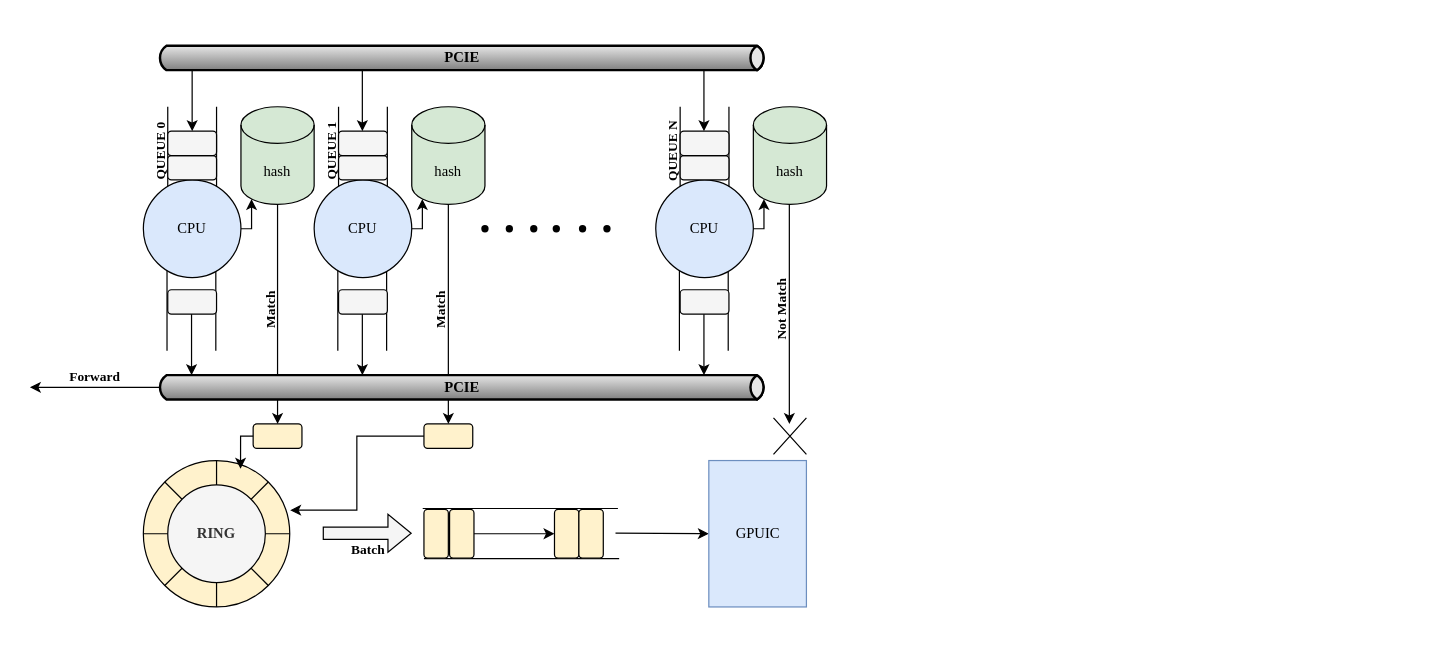
This is DPU_flowID.drawio from CHRIS123540/GPU, a draw.io file, before an edit. Source tidied: cells renumbered, new cells numbered last; positions are measured from the earlier drawing's top-left corner, leaving out a move shared by most shapes. Both pictures are drawn from the tidied source at 122%, with x=0, y=0 at pixel (29, 21).
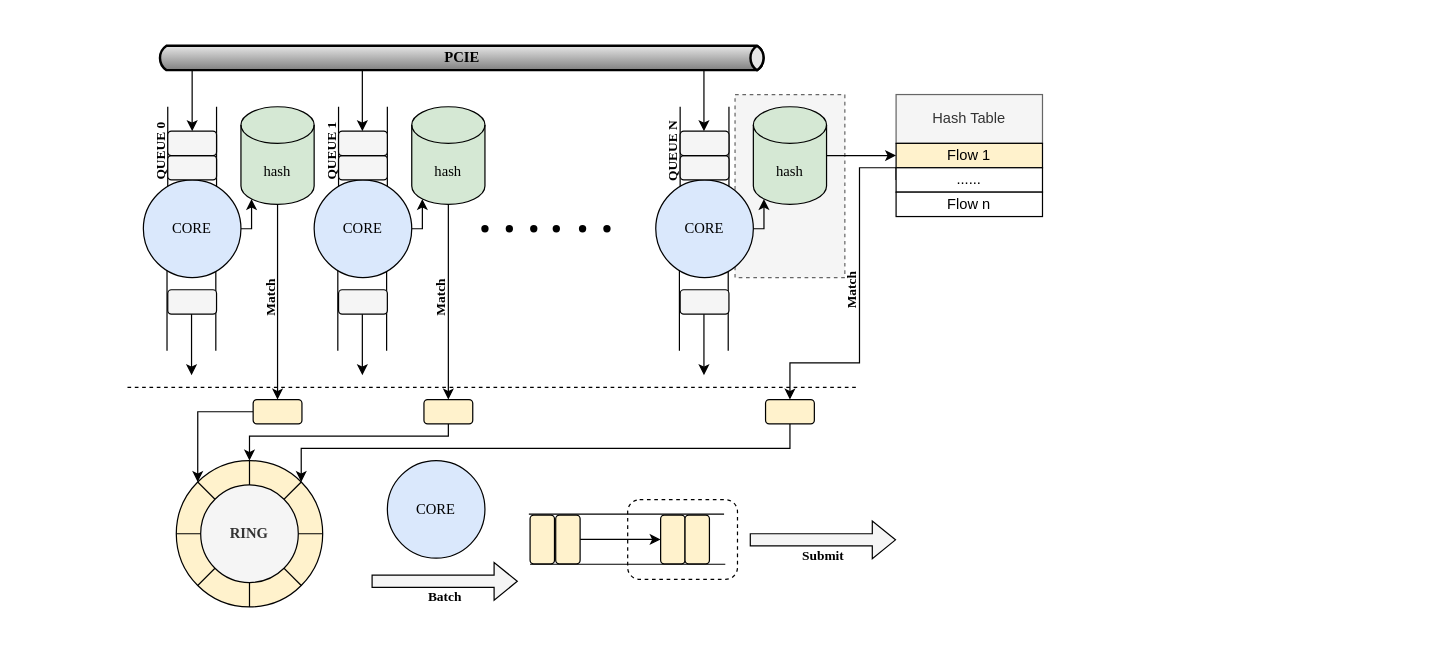
Above is the later version.

Unchanged cells that the change refers to:
```xml
<mxCell id="32" value="hash" style="shape=cylinder3;whiteSpace=wrap;html=1;boundedLbl=1;backgroundOutline=1;size=15;fillColor=#d5e8d4;strokeColor=#000000;labelBackgroundColor=none;fontFamily=Times New Roman;" parent="2" vertex="1">
  <mxGeometry x="553" y="70" width="60" height="80" as="geometry" />
</mxCell>
```

Change to the diagram source:
```diff
@@
     <mxCell id="2" style="group;fontFamily=Times New Roman;" parent="1" vertex="1">
-      <mxGeometry x="40" width="720" height="500" as="geometry" />
+      <mxGeometry x="40" width="1093" height="500" as="geometry" />
     </mxCell>
+    <mxCell id="74" style="edgeStyle=orthogonalEdgeStyle;rounded=0;jettySize=auto;html=1;exitX=1;exitY=0.5;exitDx=0;exitDy=0;" parent="2" edge="1" source="75">
+      <mxGeometry relative="1" as="geometry">
+        <mxPoint x="540" y="425" as="targetPoint" />
+      </mxGeometry>
+    </mxCell>
+    <mxCell id="75" style="rounded=1;whiteSpace=wrap;html=1;dashed=1;" parent="2" vertex="1">
+      <mxGeometry x="450" y="392.1" width="90" height="65.3" as="geometry" />
+    </mxCell>
+    <mxCell id="76" style="rounded=0;whiteSpace=wrap;html=1;fillColor=#f5f5f5;strokeColor=#666666;fontColor=#333333;dashed=1;" parent="2" vertex="1">
+      <mxGeometry x="538" y="60" width="90" height="150" as="geometry" />
+    </mxCell>
@@
-    <mxCell id="9" value="CPU" style="ellipse;whiteSpace=wrap;html=1;fillColor=#dae8fc;strokeColor=#000000;labelBackgroundColor=none;fontFamily=Times New Roman;" parent="2" vertex="1">
+    <mxCell id="9" value="CORE" style="ellipse;whiteSpace=wrap;html=1;fillColor=#dae8fc;strokeColor=#000000;labelBackgroundColor=none;fontFamily=Times New Roman;" parent="2" vertex="1">
       <mxGeometry x="53" y="130" width="80" height="80" as="geometry" />
     </mxCell>
@@
     <mxCell id="14" style="ellipse;whiteSpace=wrap;html=1;fillColor=#fff2cc;strokeColor=default;labelBackgroundColor=none;fontFamily=Times New Roman;" parent="2" vertex="1">
-      <mxGeometry x="53" y="360" width="120" height="120" as="geometry" />
+      <mxGeometry x="80" y="360" width="120" height="120" as="geometry" />
     </mxCell>
@@
     <mxCell id="19" value="RING" style="ellipse;whiteSpace=wrap;html=1;fillColor=#f5f5f5;fontColor=#333333;strokeColor=default;labelBackgroundColor=none;fontStyle=1;fontFamily=Times New Roman;" parent="2" vertex="1">
-      <mxGeometry x="73" y="380" width="80" height="80" as="geometry" />
+      <mxGeometry x="100" y="380" width="80" height="80" as="geometry" />
     </mxCell>
+    <mxCell id="57" style="edgeStyle=orthogonalEdgeStyle;rounded=0;jettySize=auto;html=1;exitX=0;exitY=0.5;exitDx=0;exitDy=0;entryX=0;entryY=0;entryDx=0;entryDy=0;" parent="2" edge="1" source="20" target="14">
+      <mxGeometry relative="1" as="geometry" />
+    </mxCell>
     <mxCell id="20" style="rounded=1;whiteSpace=wrap;html=1;fillColor=#fff2cc;strokeColor=default;labelBackgroundColor=none;verticalAlign=top;labelPosition=center;verticalLabelPosition=bottom;align=center;fontFamily=Times New Roman;" parent="2" vertex="1">
-      <mxGeometry x="143" y="330" width="40" height="20" as="geometry" />
+      <mxGeometry x="143" y="310" width="40" height="20" as="geometry" />
     </mxCell>
-    <mxCell id="21" style="edgeStyle=orthogonalEdgeStyle;rounded=0;jettySize=auto;html=1;exitX=0.5;exitY=1;exitDx=0;exitDy=0;exitPerimeter=0;labelBackgroundColor=none;fontFamily=Times New Roman;" parent="2" edge="1" source="56">
+    <mxCell id="21" style="edgeStyle=orthogonalEdgeStyle;rounded=0;orthogonalLoop=1;jettySize=auto;html=1;exitX=0.5;exitY=1;exitDx=0;exitDy=0;exitPerimeter=0;labelBackgroundColor=none;fontFamily=Times New Roman;" parent="2" edge="1">
       <mxGeometry relative="1" as="geometry">
-        <mxPoint x="303" y="350" as="targetPoint" />
+        <mxPoint x="450" y="359.7" as="sourcePoint" />
+        <mxPoint x="450" y="359.7" as="targetPoint" />
       </mxGeometry>
     </mxCell>
@@
-    <mxCell id="27" value="CPU" style="ellipse;whiteSpace=wrap;html=1;fillColor=#dae8fc;strokeColor=#000000;labelBackgroundColor=none;fontFamily=Times New Roman;" parent="2" vertex="1">
+    <mxCell id="27" value="CORE" style="ellipse;whiteSpace=wrap;html=1;fillColor=#dae8fc;strokeColor=#000000;labelBackgroundColor=none;fontFamily=Times New Roman;" parent="2" vertex="1">
       <mxGeometry x="193" y="130" width="80" height="80" as="geometry" />
     </mxCell>
@@
+    <mxCell id="77" style="edgeStyle=orthogonalEdgeStyle;rounded=0;jettySize=auto;html=1;exitX=1;exitY=0.5;exitDx=0;exitDy=0;exitPerimeter=0;entryX=0;entryY=0.5;entryDx=0;entryDy=0;" parent="2" edge="1" source="32" target="79">
+      <mxGeometry relative="1" as="geometry" />
+    </mxCell>
@@
-    <mxCell id="37" value="CPU" style="ellipse;whiteSpace=wrap;html=1;fillColor=#dae8fc;strokeColor=#000000;labelBackgroundColor=none;fontFamily=Times New Roman;" parent="2" vertex="1">
+    <mxCell id="37" value="CORE" style="ellipse;whiteSpace=wrap;html=1;fillColor=#dae8fc;strokeColor=#000000;labelBackgroundColor=none;fontFamily=Times New Roman;" parent="2" vertex="1">
       <mxGeometry x="473" y="130" width="80" height="80" as="geometry" />
     </mxCell>
@@
+    <mxCell id="58" style="edgeStyle=orthogonalEdgeStyle;rounded=0;jettySize=auto;html=1;exitX=0.5;exitY=1;exitDx=0;exitDy=0;entryX=0.5;entryY=0;entryDx=0;entryDy=0;" parent="2" edge="1" source="56" target="14">
+      <mxGeometry relative="1" as="geometry">
+        <Array as="points">
+          <mxPoint x="303" y="340" />
+          <mxPoint x="140" y="340" />
+        </Array>
+      </mxGeometry>
+    </mxCell>
     <mxCell id="56" style="rounded=1;whiteSpace=wrap;html=1;fillColor=#fff2cc;strokeColor=default;labelBackgroundColor=none;labelPosition=center;verticalLabelPosition=bottom;align=center;verticalAlign=top;fontFamily=Times New Roman;" parent="2" vertex="1">
-      <mxGeometry x="283" y="330" width="40" height="20" as="geometry" />
+      <mxGeometry x="283" y="310" width="40" height="20" as="geometry" />
     </mxCell>
-    <mxCell id="57" style="edgeStyle=orthogonalEdgeStyle;rounded=0;jettySize=auto;html=1;exitX=0;exitY=0.5;exitDx=0;exitDy=0;entryX=0.664;entryY=0.056;entryDx=0;entryDy=0;entryPerimeter=0;labelBackgroundColor=none;fontFamily=Times New Roman;" parent="2" edge="1" source="20" target="14">
-      <mxGeometry relative="1" as="geometry" />
-    </mxCell>
-    <mxCell id="58" style="edgeStyle=orthogonalEdgeStyle;rounded=0;jettySize=auto;html=1;exitX=0;exitY=0.5;exitDx=0;exitDy=0;entryX=1.003;entryY=0.339;entryDx=0;entryDy=0;entryPerimeter=0;labelBackgroundColor=none;fontFamily=Times New Roman;" parent="2" edge="1" source="56" target="14">
-      <mxGeometry relative="1" as="geometry" />
-    </mxCell>
     <mxCell id="59" style="endArrow=none;html=1;rounded=0;labelBackgroundColor=none;fontFamily=Times New Roman;" parent="2" edge="1">
       <mxGeometry relative="1" as="geometry">
-        <mxPoint x="282" y="399.3" as="sourcePoint" />
-        <mxPoint x="442" y="399.3" as="targetPoint" />
+        <mxPoint x="369" y="404" as="sourcePoint" />
+        <mxPoint x="529" y="404" as="targetPoint" />
       </mxGeometry>
     </mxCell>
     <mxCell id="60" style="endArrow=none;html=1;rounded=0;labelBackgroundColor=none;fontFamily=Times New Roman;" parent="2" edge="1">
       <mxGeometry relative="1" as="geometry">
-        <mxPoint x="283" y="440.3" as="sourcePoint" />
-        <mxPoint x="443" y="440.3" as="targetPoint" />
+        <mxPoint x="370" y="445" as="sourcePoint" />
+        <mxPoint x="530" y="445" as="targetPoint" />
       </mxGeometry>
     </mxCell>
@@
     <mxCell id="62" style="rounded=1;whiteSpace=wrap;html=1;rotation=90;fillColor=#fff2cc;strokeColor=default;labelBackgroundColor=none;fontFamily=Times New Roman;" parent="2" vertex="1">
-      <mxGeometry x="294" y="410" width="40" height="20" as="geometry" />
+      <mxGeometry x="381" y="414.7" width="40" height="20" as="geometry" />
     </mxCell>
     <mxCell id="63" value="Batch" style="shape=flexArrow;endArrow=classic;html=1;rounded=0;verticalAlign=top;labelBackgroundColor=none;fontStyle=1;fillColor=#f5f5f5;strokeColor=default;fontFamily=Times New Roman;" parent="2" edge="1">
       <mxGeometry relative="1" as="geometry">
-        <mxPoint x="200" y="419.6" as="sourcePoint" />
-        <mxPoint x="273" y="419.6" as="targetPoint" />
+        <mxPoint x="240" y="459" as="sourcePoint" />
+        <mxPoint x="360" y="459" as="targetPoint" />
       </mxGeometry>
     </mxCell>
     <mxCell id="64" style="rounded=1;whiteSpace=wrap;html=1;rotation=90;fillColor=#fff2cc;strokeColor=default;labelBackgroundColor=none;fontFamily=Times New Roman;" parent="2" vertex="1">
-      <mxGeometry x="380" y="410" width="40" height="20" as="geometry" />
+      <mxGeometry x="467" y="414.7" width="40" height="20" as="geometry" />
     </mxCell>
     <mxCell id="65" style="rounded=1;whiteSpace=wrap;html=1;rotation=90;fillColor=#fff2cc;strokeColor=default;labelBackgroundColor=none;fontFamily=Times New Roman;" parent="2" vertex="1">
-      <mxGeometry x="273" y="410" width="40" height="20" as="geometry" />
+      <mxGeometry x="360" y="414.7" width="40" height="20" as="geometry" />
     </mxCell>
     <mxCell id="66" style="rounded=1;whiteSpace=wrap;html=1;rotation=90;fillColor=#fff2cc;strokeColor=default;labelBackgroundColor=none;fontFamily=Times New Roman;" parent="2" vertex="1">
-      <mxGeometry x="400" y="410" width="40" height="20" as="geometry" />
+      <mxGeometry x="487" y="414.7" width="40" height="20" as="geometry" />
     </mxCell>
-    <mxCell id="67" style="endArrow=classic;html=1;rounded=0;labelBackgroundColor=none;entryX=0;entryY=0.5;entryDx=0;entryDy=0;fontFamily=Times New Roman;" parent="2" edge="1" target="68">
-      <mxGeometry relative="1" as="geometry">
-        <mxPoint x="440" y="419.4" as="sourcePoint" />
-      </mxGeometry>
-    </mxCell>
-    <mxCell id="68" value="GPUIC" style="rounded=0;whiteSpace=wrap;html=1;labelBackgroundColor=none;fillColor=#dae8fc;strokeColor=#6c8ebf;fontFamily=Times New Roman;" parent="2" vertex="1">
-      <mxGeometry x="516.5" y="360" width="80" height="120" as="geometry" />
-    </mxCell>
-    <mxCell id="69" value="&lt;font style=&quot;font-size: 12px;&quot;&gt;PCIE&lt;/font&gt;" style="strokeWidth=2;strokeColor=#000000;dashed=0;align=center;html=1;fontSize=12;shape=mxgraph.eip.messageChannel;fontStyle=1;labelBackgroundColor=none;fontFamily=Times New Roman;" parent="2" vertex="1">
-      <mxGeometry x="64" y="290" width="500" height="20" as="geometry" />
-    </mxCell>
@@
-    <mxCell id="71" value="Not Match" style="edgeStyle=orthogonalEdgeStyle;rounded=0;orthogonalLoop=1;jettySize=auto;html=1;exitX=0.5;exitY=1;exitDx=0;exitDy=0;exitPerimeter=0;labelBackgroundColor=none;fontStyle=1;verticalAlign=bottom;horizontal=0;fontFamily=Times New Roman;" parent="2" edge="1">
+    <mxCell id="71" value="Match" style="edgeStyle=orthogonalEdgeStyle;rounded=0;jettySize=auto;html=1;exitX=0;exitY=0.5;exitDx=0;exitDy=0;labelBackgroundColor=none;fontStyle=1;verticalAlign=bottom;horizontal=0;fontFamily=Times New Roman;entryX=0.5;entryY=0;entryDx=0;entryDy=0;" parent="2" edge="1" source="80" target="83">
       <mxGeometry relative="1" as="geometry">
-        <mxPoint x="582.5" y="150" as="sourcePoint" />
-        <mxPoint x="582.5" y="330" as="targetPoint" />
+        <Array as="points">
+          <mxPoint x="670" y="120" />
+          <mxPoint x="640" y="120" />
+          <mxPoint x="640" y="280" />
+          <mxPoint x="583" y="280" />
+        </Array>
       </mxGeometry>
     </mxCell>
-    <mxCell id="72" style="shape=mxgraph.sysml.x;fontFamily=Times New Roman;" parent="2" vertex="1">
-      <mxGeometry x="569.5" y="325" width="27" height="30" as="geometry" />
-    </mxCell>
-    <mxCell id="73" value="Forward" style="edgeStyle=orthogonalEdgeStyle;rounded=0;jettySize=auto;html=1;exitX=0;exitY=0.5;exitDx=2.7;exitDy=0;exitPerimeter=0;horizontal=1;verticalAlign=bottom;labelBackgroundColor=none;fontStyle=1;fontFamily=Times New Roman;" parent="1" edge="1" source="69">
-      <mxGeometry relative="1" as="geometry">
-        <mxPoint y="300" as="targetPoint" />
-      </mxGeometry>
-    </mxCell>
+    <mxCell id="78" value="Hash Table" style="rounded=0;whiteSpace=wrap;html=1;fillColor=#f5f5f5;fontColor=#333333;strokeColor=#666666;" parent="2" vertex="1">
+      <mxGeometry x="670" y="60" width="120" height="40" as="geometry" />
+    </mxCell>
+    <mxCell id="79" value="Flow 1" style="rounded=0;whiteSpace=wrap;html=1;fillColor=#fff2cc;strokeColor=#000000;" parent="2" vertex="1">
+      <mxGeometry x="670" y="100" width="120" height="20" as="geometry" />
+    </mxCell>
+    <mxCell id="80" value="......" style="rounded=0;whiteSpace=wrap;html=1;" parent="2" vertex="1">
+      <mxGeometry x="670" y="120" width="120" height="20" as="geometry" />
+    </mxCell>
+    <mxCell id="81" value="Flow n" style="rounded=0;whiteSpace=wrap;html=1;" parent="2" vertex="1">
+      <mxGeometry x="670" y="140" width="120" height="20" as="geometry" />
+    </mxCell>
+    <mxCell id="82" style="edgeStyle=orthogonalEdgeStyle;rounded=0;jettySize=auto;html=1;exitX=0.5;exitY=1;exitDx=0;exitDy=0;entryX=1;entryY=0;entryDx=0;entryDy=0;" parent="2" edge="1" source="83" target="14">
+      <mxGeometry relative="1" as="geometry">
+        <Array as="points">
+          <mxPoint x="583" y="350" />
+          <mxPoint x="182" y="350" />
+        </Array>
+      </mxGeometry>
+    </mxCell>
+    <mxCell id="83" style="rounded=1;whiteSpace=wrap;html=1;fillColor=#fff2cc;strokeColor=default;labelBackgroundColor=none;labelPosition=center;verticalLabelPosition=bottom;align=center;verticalAlign=top;fontFamily=Times New Roman;" parent="2" vertex="1">
+      <mxGeometry x="563" y="310" width="40" height="20" as="geometry" />
+    </mxCell>
+    <mxCell id="84" value="CORE" style="ellipse;whiteSpace=wrap;html=1;fillColor=#dae8fc;strokeColor=#000000;labelBackgroundColor=none;fontFamily=Times New Roman;" parent="2" vertex="1">
+      <mxGeometry x="253" y="360" width="80" height="80" as="geometry" />
+    </mxCell>
+    <mxCell id="85" value="Submit" style="shape=flexArrow;endArrow=classic;html=1;rounded=0;verticalAlign=top;labelBackgroundColor=none;fontStyle=1;fillColor=#f5f5f5;strokeColor=default;fontFamily=Times New Roman;" parent="2" edge="1">
+      <mxGeometry relative="1" as="geometry">
+        <mxPoint x="550" y="425" as="sourcePoint" />
+        <mxPoint x="670" y="425" as="targetPoint" />
+      </mxGeometry>
+    </mxCell>
+    <mxCell id="86" style="endArrow=none;html=1;rounded=0;dashed=1;" parent="1" edge="1">
+      <mxGeometry relative="1" as="geometry">
+        <mxPoint x="80" y="300" as="sourcePoint" />
+        <mxPoint x="680" y="300" as="targetPoint" />
+      </mxGeometry>
+    </mxCell>
```
